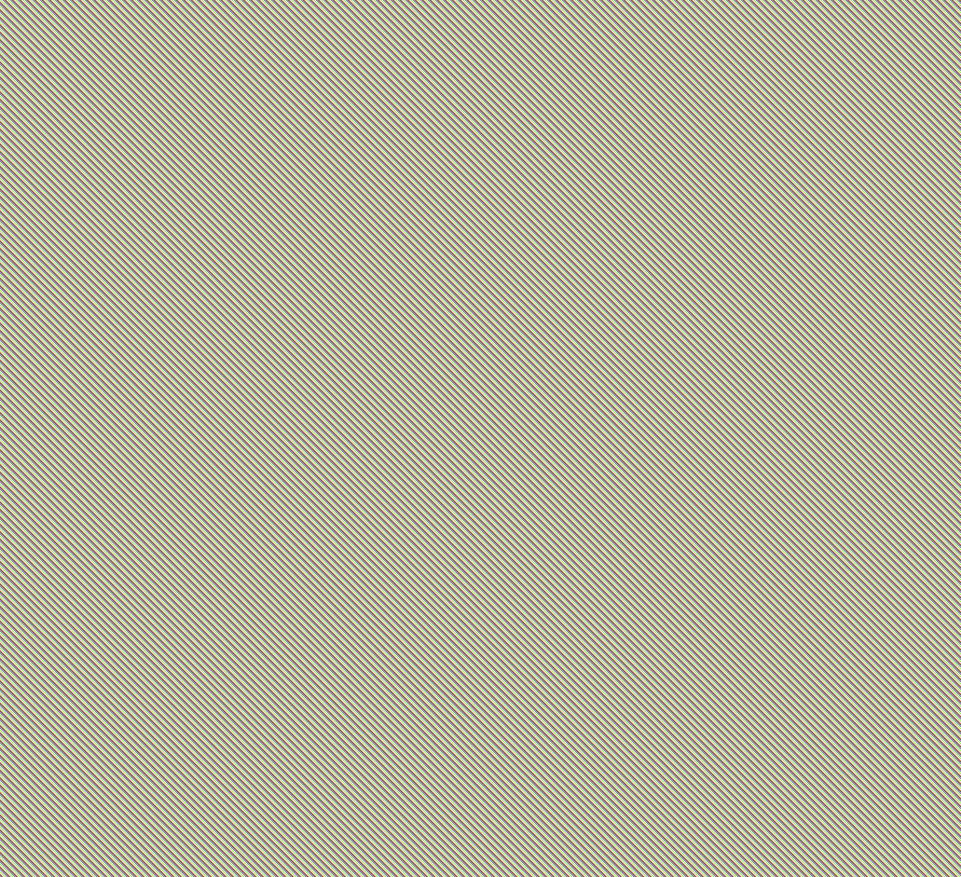
Earlier version of the draw.io export Untitled Diagram.png (Said-Belhadj/spoteezer). Source tidied: cells renumbered, new cells last; positions are measured from the earlier drawing's top-left corner, leaving out a move shared by most shapes.
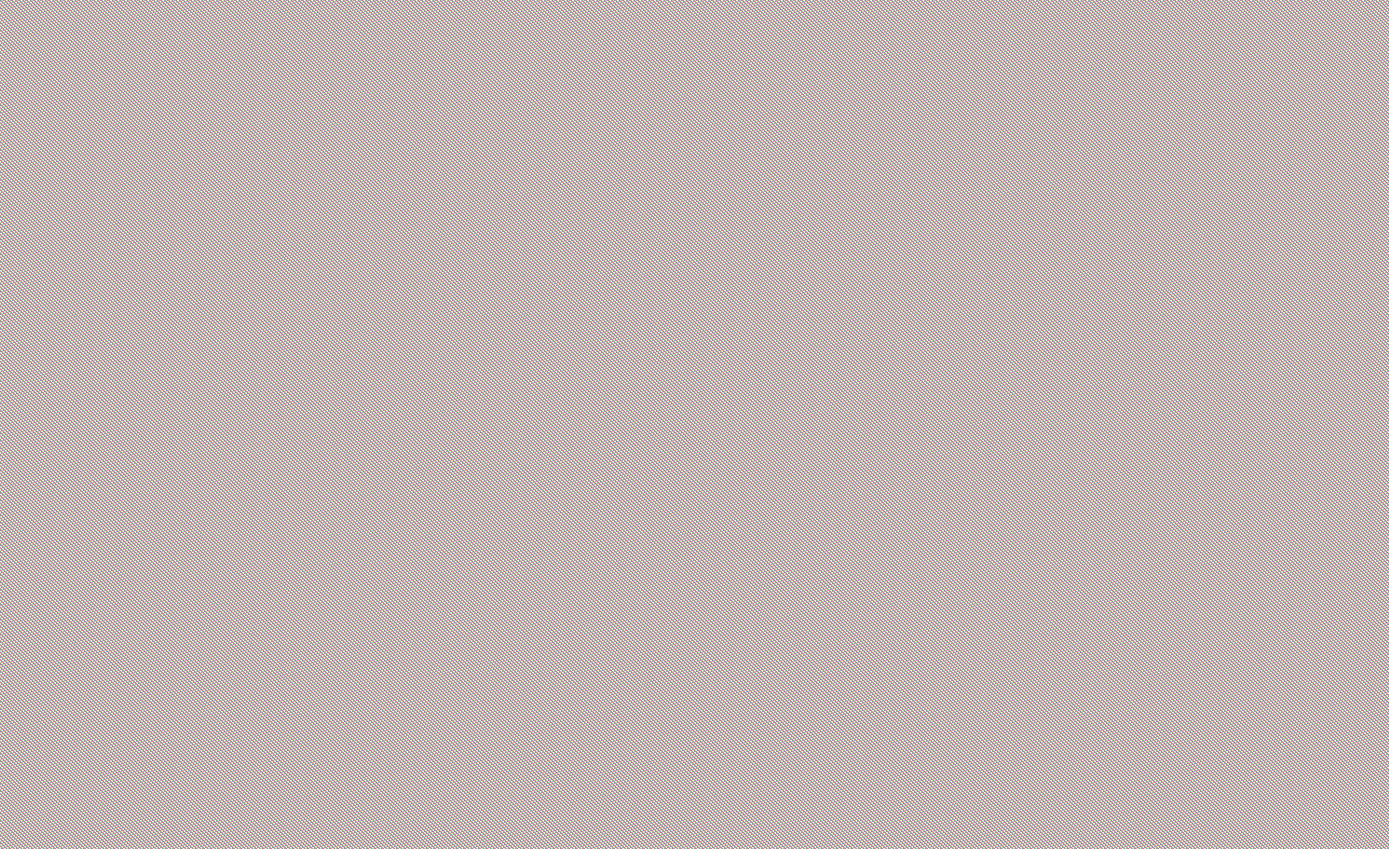
Later version of the same file.

Diff of the diagram source:
```diff
@@ -8,16 +8,16 @@
     <mxCell id="3" value="&lt;p style=&quot;margin: 0px ; margin-top: 4px ; text-align: center&quot;&gt;Song&lt;/p&gt;&lt;hr size=&quot;1&quot;&gt;&lt;p style=&quot;margin: 0px ; margin-left: 4px&quot;&gt;+ field1: Type&lt;br&gt;+ field2: Type&lt;/p&gt;&lt;hr size=&quot;1&quot;&gt;&lt;p style=&quot;margin: 0px ; margin-left: 4px&quot;&gt;+ method1(Type): Type&lt;br&gt;+ method2(Type, Type): Type&lt;/p&gt;" style="verticalAlign=top;align=left;overflow=fill;fontSize=12;fontFamily=Helvetica;html=1;rounded=0;shadow=0;comic=0;labelBackgroundColor=none;strokeWidth=1;" parent="1" vertex="1">
       <mxGeometry x="840" y="260" width="190" height="140" as="geometry" />
     </mxCell>
-    <mxCell id="4" value="&lt;p style=&quot;margin: 0px ; margin-top: 4px ; text-align: center&quot;&gt;&lt;i&gt;&amp;lt;&amp;lt;Interface&amp;gt;&amp;gt;&lt;/i&gt;&lt;br&gt;&lt;b&gt;Playlist&lt;/b&gt;&lt;/p&gt;&lt;hr size=&quot;1&quot;&gt;&lt;p style=&quot;margin: 0px ; margin-left: 4px&quot;&gt;+ field1: Type&lt;br&gt;+ field2: Type&lt;/p&gt;&lt;hr size=&quot;1&quot;&gt;&lt;p style=&quot;margin: 0px ; margin-left: 4px&quot;&gt;+ method1(Type): Type&lt;br&gt;+ method2(Type, Type): Type&lt;/p&gt;" style="verticalAlign=top;align=left;overflow=fill;fontSize=12;fontFamily=Helvetica;html=1;rounded=0;shadow=0;comic=0;labelBackgroundColor=none;strokeWidth=1;" parent="1" vertex="1">
+    <mxCell id="4" value="&lt;p style=&quot;margin: 0px ; margin-top: 4px ; text-align: center&quot;&gt;&lt;b&gt;Playlist&lt;/b&gt;&lt;/p&gt;&lt;hr size=&quot;1&quot;&gt;&lt;p style=&quot;margin: 0px ; margin-left: 4px&quot;&gt;+ field1: Type&lt;br&gt;+ field2: Type&lt;/p&gt;&lt;hr size=&quot;1&quot;&gt;&lt;p style=&quot;margin: 0px ; margin-left: 4px&quot;&gt;+ method1(Type): Type&lt;br&gt;+ method2(Type, Type): Type&lt;/p&gt;" style="verticalAlign=top;align=left;overflow=fill;fontSize=12;fontFamily=Helvetica;html=1;rounded=0;shadow=0;comic=0;labelBackgroundColor=none;strokeWidth=1;" parent="1" vertex="1">
       <mxGeometry x="840" y="580" width="190" height="140" as="geometry" />
     </mxCell>
-    <mxCell id="5" value="&lt;p style=&quot;margin: 0px ; margin-top: 4px ; text-align: center&quot;&gt;&lt;i&gt;&amp;lt;&amp;lt;Abstact&amp;gt;&amp;gt;&lt;/i&gt;&lt;br&gt;&lt;b&gt;AudioElement&lt;/b&gt;&lt;/p&gt;&lt;hr size=&quot;1&quot;&gt;&lt;p style=&quot;margin: 0px ; margin-left: 4px&quot;&gt;+ field1: Type&lt;br&gt;+ field2: Type&lt;/p&gt;&lt;hr size=&quot;1&quot;&gt;&lt;p style=&quot;margin: 0px ; margin-left: 4px&quot;&gt;+ method1(Type): Type&lt;br&gt;+ method2(Type, Type): Type&lt;/p&gt;" style="verticalAlign=top;align=left;overflow=fill;fontSize=12;fontFamily=Helvetica;html=1;rounded=0;shadow=0;comic=0;labelBackgroundColor=none;strokeWidth=1;" parent="1" vertex="1">
+    <mxCell id="5" value="&lt;p style=&quot;margin: 0px ; margin-top: 4px ; text-align: center&quot;&gt;&lt;i&gt;&amp;lt;&amp;lt;Abstract&amp;gt;&amp;gt;&lt;/i&gt;&lt;br&gt;&lt;b&gt;AudioElement&lt;/b&gt;&lt;/p&gt;&lt;hr size=&quot;1&quot;&gt;&lt;p style=&quot;margin: 0px ; margin-left: 4px&quot;&gt;+ field1: Type&lt;br&gt;+ field2: Type&lt;/p&gt;&lt;hr size=&quot;1&quot;&gt;&lt;p style=&quot;margin: 0px ; margin-left: 4px&quot;&gt;+ method1(Type): Type&lt;br&gt;+ method2(Type, Type): Type&lt;/p&gt;" style="verticalAlign=top;align=left;overflow=fill;fontSize=12;fontFamily=Helvetica;html=1;rounded=0;shadow=0;comic=0;labelBackgroundColor=none;strokeWidth=1;" parent="1" vertex="1">
       <mxGeometry x="490" y="420" width="190" height="140" as="geometry" />
     </mxCell>
     <mxCell id="6" value="&lt;p style=&quot;margin: 0px ; margin-top: 4px ; text-align: center&quot;&gt;&lt;b&gt;AudioBook&lt;/b&gt;&lt;/p&gt;&lt;hr size=&quot;1&quot;&gt;&lt;p style=&quot;margin: 0px ; margin-left: 4px&quot;&gt;+ field1: Type&lt;br&gt;+ field2: Type&lt;/p&gt;&lt;hr size=&quot;1&quot;&gt;&lt;p style=&quot;margin: 0px ; margin-left: 4px&quot;&gt;+ method1(Type): Type&lt;br&gt;+ method2(Type, Type): Type&lt;/p&gt;" style="verticalAlign=top;align=left;overflow=fill;fontSize=12;fontFamily=Helvetica;html=1;rounded=0;shadow=0;comic=0;labelBackgroundColor=none;strokeWidth=1;" parent="1" vertex="1">
       <mxGeometry x="840" y="420" width="190" height="140" as="geometry" />
     </mxCell>
-    <mxCell id="7" value="&lt;p style=&quot;margin: 0px ; margin-top: 4px ; text-align: center&quot;&gt;&lt;i&gt;&amp;lt;&amp;lt;Interface&amp;gt;&amp;gt;&lt;/i&gt;&lt;br&gt;MusicHub&lt;/p&gt;&lt;hr size=&quot;1&quot;&gt;&lt;p style=&quot;margin: 0px ; margin-left: 4px&quot;&gt;+ field1: Type&lt;br&gt;+ field2: Type&lt;/p&gt;&lt;hr size=&quot;1&quot;&gt;&lt;p style=&quot;margin: 0px ; margin-left: 4px&quot;&gt;+ method1(Type): Type&lt;br&gt;+ method2(Type, Type): Type&lt;/p&gt;" style="verticalAlign=top;align=left;overflow=fill;fontSize=12;fontFamily=Helvetica;html=1;rounded=0;shadow=0;comic=0;labelBackgroundColor=none;strokeWidth=1;" parent="1" vertex="1">
+    <mxCell id="7" value="&lt;p style=&quot;margin: 0px ; margin-top: 4px ; text-align: center&quot;&gt;MusicHub&lt;/p&gt;&lt;hr size=&quot;1&quot;&gt;&lt;p style=&quot;margin: 0px ; margin-left: 4px&quot;&gt;+ field1: Type&lt;br&gt;+ field2: Type&lt;/p&gt;&lt;hr size=&quot;1&quot;&gt;&lt;p style=&quot;margin: 0px ; margin-left: 4px&quot;&gt;+ method1(Type): Type&lt;br&gt;+ method2(Type, Type): Type&lt;/p&gt;" style="verticalAlign=top;align=left;overflow=fill;fontSize=12;fontFamily=Helvetica;html=1;rounded=0;shadow=0;comic=0;labelBackgroundColor=none;strokeWidth=1;" parent="1" vertex="1">
       <mxGeometry x="250" y="420" width="190" height="140" as="geometry" />
     </mxCell>
     <mxCell id="8" value="&lt;p style=&quot;margin: 0px ; margin-top: 4px ; text-align: center&quot;&gt;&lt;i&gt;&amp;lt;&amp;lt;Enum&amp;gt;&amp;gt;&lt;/i&gt;&lt;br&gt;Language&lt;/p&gt;&lt;hr size=&quot;1&quot;&gt;&lt;p style=&quot;margin: 0px ; margin-left: 4px&quot;&gt;+ field1: Type&lt;br&gt;+ field2: Type&lt;/p&gt;&lt;hr size=&quot;1&quot;&gt;&lt;p style=&quot;margin: 0px ; margin-left: 4px&quot;&gt;+ method1(Type): Type&lt;br&gt;+ method2(Type, Type): Type&lt;/p&gt;" style="verticalAlign=top;align=left;overflow=fill;fontSize=12;fontFamily=Helvetica;html=1;rounded=0;shadow=0;comic=0;labelBackgroundColor=none;strokeWidth=1;" parent="1" vertex="1">
@@ -29,29 +29,29 @@
     <mxCell id="10" value="&lt;p style=&quot;margin: 0px ; margin-top: 4px ; text-align: center&quot;&gt;&lt;i&gt;&amp;lt;&amp;lt;&lt;/i&gt;&lt;i&gt;&lt;i&gt;Enum&lt;/i&gt;&amp;gt;&amp;gt;&lt;/i&gt;&lt;br&gt;Category&lt;/p&gt;&lt;hr size=&quot;1&quot;&gt;&lt;p style=&quot;margin: 0px ; margin-left: 4px&quot;&gt;+ field1: Type&lt;br&gt;+ field2: Type&lt;/p&gt;&lt;hr size=&quot;1&quot;&gt;&lt;p style=&quot;margin: 0px ; margin-left: 4px&quot;&gt;+ method1(Type): Type&lt;br&gt;+ method2(Type, Type): Type&lt;/p&gt;" style="verticalAlign=top;align=left;overflow=fill;fontSize=12;fontFamily=Helvetica;html=1;rounded=0;shadow=0;comic=0;labelBackgroundColor=none;strokeWidth=1;" parent="1" vertex="1">
       <mxGeometry x="410" width="190" height="140" as="geometry" />
     </mxCell>
-    <mxCell id="11" value="&lt;p style=&quot;margin: 0px ; margin-top: 4px ; text-align: center&quot;&gt;&lt;i&gt;&amp;lt;&amp;lt;Interface&amp;gt;&amp;gt;&lt;/i&gt;&lt;br&gt;XMLHandler&lt;/p&gt;&lt;hr size=&quot;1&quot;&gt;&lt;p style=&quot;margin: 0px ; margin-left: 4px&quot;&gt;+ field1: Type&lt;br&gt;+ field2: Type&lt;/p&gt;&lt;hr size=&quot;1&quot;&gt;&lt;p style=&quot;margin: 0px ; margin-left: 4px&quot;&gt;+ method1(Type): Type&lt;br&gt;+ method2(Type, Type): Type&lt;/p&gt;" style="verticalAlign=top;align=left;overflow=fill;fontSize=12;fontFamily=Helvetica;html=1;rounded=0;shadow=0;comic=0;labelBackgroundColor=none;strokeWidth=1;" parent="1" vertex="1">
-      <mxGeometry x="200" y="220" width="190" height="140" as="geometry" />
+    <mxCell id="11" value="&lt;p style=&quot;margin: 0px ; margin-top: 4px ; text-align: center&quot;&gt;XMLHandler&lt;/p&gt;&lt;hr size=&quot;1&quot;&gt;&lt;p style=&quot;margin: 0px ; margin-left: 4px&quot;&gt;+ field1: Type&lt;br&gt;+ field2: Type&lt;/p&gt;&lt;hr size=&quot;1&quot;&gt;&lt;p style=&quot;margin: 0px ; margin-left: 4px&quot;&gt;+ method1(Type): Type&lt;br&gt;+ method2(Type, Type): Type&lt;/p&gt;" style="verticalAlign=top;align=left;overflow=fill;fontSize=12;fontFamily=Helvetica;html=1;rounded=0;shadow=0;comic=0;labelBackgroundColor=none;strokeWidth=1;" parent="1" vertex="1">
+      <mxGeometry x="1300" y="260" width="190" height="140" as="geometry" />
     </mxCell>
-    <mxCell id="12" value="&lt;p style=&quot;margin: 0px ; margin-top: 4px ; text-align: center&quot;&gt;&lt;i&gt;&amp;lt;&amp;lt;Interface&amp;gt;&amp;gt;&lt;/i&gt;&lt;br&gt;Main&lt;/p&gt;&lt;hr size=&quot;1&quot;&gt;&lt;p style=&quot;margin: 0px ; margin-left: 4px&quot;&gt;+ field1: Type&lt;br&gt;+ field2: Type&lt;/p&gt;&lt;hr size=&quot;1&quot;&gt;&lt;p style=&quot;margin: 0px ; margin-left: 4px&quot;&gt;+ method1(Type): Type&lt;br&gt;+ method2(Type, Type): Type&lt;/p&gt;" style="verticalAlign=top;align=left;overflow=fill;fontSize=12;fontFamily=Helvetica;html=1;rounded=0;shadow=0;comic=0;labelBackgroundColor=none;strokeWidth=1;" parent="1" vertex="1">
-      <mxGeometry y="220" width="190" height="140" as="geometry" />
+    <mxCell id="12" value="&lt;p style=&quot;margin: 0px ; margin-top: 4px ; text-align: center&quot;&gt;Main&lt;/p&gt;&lt;hr size=&quot;1&quot;&gt;&lt;p style=&quot;margin: 0px ; margin-left: 4px&quot;&gt;+ field1: Type&lt;br&gt;+ field2: Type&lt;/p&gt;&lt;hr size=&quot;1&quot;&gt;&lt;p style=&quot;margin: 0px ; margin-left: 4px&quot;&gt;+ method1(Type): Type&lt;br&gt;+ method2(Type, Type): Type&lt;/p&gt;" style="verticalAlign=top;align=left;overflow=fill;fontSize=12;fontFamily=Helvetica;html=1;rounded=0;shadow=0;comic=0;labelBackgroundColor=none;strokeWidth=1;" parent="1" vertex="1">
+      <mxGeometry x="1270" y="60" width="190" height="140" as="geometry" />
     </mxCell>
-    <mxCell id="13" value="&lt;p style=&quot;margin: 0px ; margin-top: 4px ; text-align: center&quot;&gt;&lt;i&gt;&amp;lt;&amp;lt;Interface&amp;gt;&amp;gt;&lt;/i&gt;&lt;br&gt;NoAlbumFoundException&lt;/p&gt;&lt;hr size=&quot;1&quot;&gt;&lt;p style=&quot;margin: 0px ; margin-left: 4px&quot;&gt;+ field1: Type&lt;br&gt;+ field2: Type&lt;/p&gt;&lt;hr size=&quot;1&quot;&gt;&lt;p style=&quot;margin: 0px ; margin-left: 4px&quot;&gt;+ method1(Type): Type&lt;br&gt;+ method2(Type, Type): Type&lt;/p&gt;" style="verticalAlign=top;align=left;overflow=fill;fontSize=12;fontFamily=Helvetica;html=1;rounded=0;shadow=0;comic=0;labelBackgroundColor=none;strokeWidth=1;" parent="1" vertex="1">
-      <mxGeometry y="620" width="190" height="140" as="geometry" />
+    <mxCell id="13" value="&lt;p style=&quot;margin: 0px ; margin-top: 4px ; text-align: center&quot;&gt;NoAlbumFoundException&lt;/p&gt;&lt;hr size=&quot;1&quot;&gt;&lt;p style=&quot;margin: 0px ; margin-left: 4px&quot;&gt;+ field1: Type&lt;br&gt;+ field2: Type&lt;/p&gt;&lt;hr size=&quot;1&quot;&gt;&lt;p style=&quot;margin: 0px ; margin-left: 4px&quot;&gt;+ method1(Type): Type&lt;br&gt;+ method2(Type, Type): Type&lt;/p&gt;" style="verticalAlign=top;align=left;overflow=fill;fontSize=12;fontFamily=Helvetica;html=1;rounded=0;shadow=0;comic=0;labelBackgroundColor=none;strokeWidth=1;" parent="1" vertex="1">
+      <mxGeometry x="10" y="420" width="190" height="140" as="geometry" />
     </mxCell>
-    <mxCell id="14" value="&lt;p style=&quot;margin: 0px ; margin-top: 4px ; text-align: center&quot;&gt;&lt;i&gt;&amp;lt;&amp;lt;Interface&amp;gt;&amp;gt;&lt;/i&gt;&lt;br&gt;SortByGenre&lt;/p&gt;&lt;hr size=&quot;1&quot;&gt;&lt;p style=&quot;margin: 0px ; margin-left: 4px&quot;&gt;+ field1: Type&lt;br&gt;+ field2: Type&lt;/p&gt;&lt;hr size=&quot;1&quot;&gt;&lt;p style=&quot;margin: 0px ; margin-left: 4px&quot;&gt;+ method1(Type): Type&lt;br&gt;+ method2(Type, Type): Type&lt;/p&gt;" style="verticalAlign=top;align=left;overflow=fill;fontSize=12;fontFamily=Helvetica;html=1;rounded=0;shadow=0;comic=0;labelBackgroundColor=none;strokeWidth=1;" parent="1" vertex="1">
+    <mxCell id="14" value="&lt;p style=&quot;margin: 0px ; margin-top: 4px ; text-align: center&quot;&gt;SortByGenre&lt;/p&gt;&lt;hr size=&quot;1&quot;&gt;&lt;p style=&quot;margin: 0px ; margin-left: 4px&quot;&gt;+ field1: Type&lt;br&gt;+ field2: Type&lt;/p&gt;&lt;hr size=&quot;1&quot;&gt;&lt;p style=&quot;margin: 0px ; margin-left: 4px&quot;&gt;+ method1(Type): Type&lt;br&gt;+ method2(Type, Type): Type&lt;/p&gt;" style="verticalAlign=top;align=left;overflow=fill;fontSize=12;fontFamily=Helvetica;html=1;rounded=0;shadow=0;comic=0;labelBackgroundColor=none;strokeWidth=1;" parent="1" vertex="1">
       <mxGeometry x="710" y="770" width="190" height="140" as="geometry" />
     </mxCell>
-    <mxCell id="15" value="&lt;p style=&quot;margin: 0px ; margin-top: 4px ; text-align: center&quot;&gt;&lt;i&gt;&amp;lt;&amp;lt;Interface&amp;gt;&amp;gt;&lt;/i&gt;&lt;br&gt;SortByDate&lt;/p&gt;&lt;hr size=&quot;1&quot;&gt;&lt;p style=&quot;margin: 0px ; margin-left: 4px&quot;&gt;+ field1: Type&lt;br&gt;+ field2: Type&lt;/p&gt;&lt;hr size=&quot;1&quot;&gt;&lt;p style=&quot;margin: 0px ; margin-left: 4px&quot;&gt;+ method1(Type): Type&lt;br&gt;+ method2(Type, Type): Type&lt;/p&gt;" style="verticalAlign=top;align=left;overflow=fill;fontSize=12;fontFamily=Helvetica;html=1;rounded=0;shadow=0;comic=0;labelBackgroundColor=none;strokeWidth=1;" parent="1" vertex="1">
+    <mxCell id="15" value="&lt;p style=&quot;margin: 0px ; margin-top: 4px ; text-align: center&quot;&gt;SortByDate&lt;/p&gt;&lt;hr size=&quot;1&quot;&gt;&lt;p style=&quot;margin: 0px ; margin-left: 4px&quot;&gt;+ field1: Type&lt;br&gt;+ field2: Type&lt;/p&gt;&lt;hr size=&quot;1&quot;&gt;&lt;p style=&quot;margin: 0px ; margin-left: 4px&quot;&gt;+ method1(Type): Type&lt;br&gt;+ method2(Type, Type): Type&lt;/p&gt;" style="verticalAlign=top;align=left;overflow=fill;fontSize=12;fontFamily=Helvetica;html=1;rounded=0;shadow=0;comic=0;labelBackgroundColor=none;strokeWidth=1;" parent="1" vertex="1">
       <mxGeometry x="290" y="770" width="190" height="140" as="geometry" />
     </mxCell>
-    <mxCell id="16" value="&lt;p style=&quot;margin: 0px ; margin-top: 4px ; text-align: center&quot;&gt;&lt;i&gt;&amp;lt;&amp;lt;Interface&amp;gt;&amp;gt;&lt;/i&gt;&lt;br&gt;SortByAuthor&lt;/p&gt;&lt;hr size=&quot;1&quot;&gt;&lt;p style=&quot;margin: 0px ; margin-left: 4px&quot;&gt;+ field1: Type&lt;br&gt;+ field2: Type&lt;/p&gt;&lt;hr size=&quot;1&quot;&gt;&lt;p style=&quot;margin: 0px ; margin-left: 4px&quot;&gt;+ method1(Type): Type&lt;br&gt;+ method2(Type, Type): Type&lt;/p&gt;" style="verticalAlign=top;align=left;overflow=fill;fontSize=12;fontFamily=Helvetica;html=1;rounded=0;shadow=0;comic=0;labelBackgroundColor=none;strokeWidth=1;" parent="1" vertex="1">
+    <mxCell id="16" value="&lt;p style=&quot;margin: 0px ; margin-top: 4px ; text-align: center&quot;&gt;SortByAuthor&lt;/p&gt;&lt;hr size=&quot;1&quot;&gt;&lt;p style=&quot;margin: 0px ; margin-left: 4px&quot;&gt;+ field1: Type&lt;br&gt;+ field2: Type&lt;/p&gt;&lt;hr size=&quot;1&quot;&gt;&lt;p style=&quot;margin: 0px ; margin-left: 4px&quot;&gt;+ method1(Type): Type&lt;br&gt;+ method2(Type, Type): Type&lt;/p&gt;" style="verticalAlign=top;align=left;overflow=fill;fontSize=12;fontFamily=Helvetica;html=1;rounded=0;shadow=0;comic=0;labelBackgroundColor=none;strokeWidth=1;" parent="1" vertex="1">
       <mxGeometry x="500" y="770" width="190" height="140" as="geometry" />
     </mxCell>
-    <mxCell id="17" value="&lt;p style=&quot;margin: 0px ; margin-top: 4px ; text-align: center&quot;&gt;&lt;i&gt;&amp;lt;&amp;lt;Interface&amp;gt;&amp;gt;&lt;/i&gt;&lt;br&gt;NoElementFoundException&lt;/p&gt;&lt;hr size=&quot;1&quot;&gt;&lt;p style=&quot;margin: 0px ; margin-left: 4px&quot;&gt;+ field1: Type&lt;br&gt;+ field2: Type&lt;/p&gt;&lt;hr size=&quot;1&quot;&gt;&lt;p style=&quot;margin: 0px ; margin-left: 4px&quot;&gt;+ method1(Type): Type&lt;br&gt;+ method2(Type, Type): Type&lt;/p&gt;" style="verticalAlign=top;align=left;overflow=fill;fontSize=12;fontFamily=Helvetica;html=1;rounded=0;shadow=0;comic=0;labelBackgroundColor=none;strokeWidth=1;" parent="1" vertex="1">
-      <mxGeometry x="10" y="800" width="190" height="140" as="geometry" />
+    <mxCell id="17" value="&lt;p style=&quot;margin: 0px ; margin-top: 4px ; text-align: center&quot;&gt;NoElementFoundException&lt;/p&gt;&lt;hr size=&quot;1&quot;&gt;&lt;p style=&quot;margin: 0px ; margin-left: 4px&quot;&gt;+ field1: Type&lt;br&gt;+ field2: Type&lt;/p&gt;&lt;hr size=&quot;1&quot;&gt;&lt;p style=&quot;margin: 0px ; margin-left: 4px&quot;&gt;+ method1(Type): Type&lt;br&gt;+ method2(Type, Type): Type&lt;/p&gt;" style="verticalAlign=top;align=left;overflow=fill;fontSize=12;fontFamily=Helvetica;html=1;rounded=0;shadow=0;comic=0;labelBackgroundColor=none;strokeWidth=1;" parent="1" vertex="1">
+      <mxGeometry x="10" y="590" width="190" height="140" as="geometry" />
     </mxCell>
-    <mxCell id="18" value="&lt;p style=&quot;margin: 0px ; margin-top: 4px ; text-align: center&quot;&gt;&lt;i&gt;&amp;lt;&amp;lt;Interface&amp;gt;&amp;gt;&lt;/i&gt;&lt;br&gt;NoPlaylistFoundException&lt;/p&gt;&lt;hr size=&quot;1&quot;&gt;&lt;p style=&quot;margin: 0px ; margin-left: 4px&quot;&gt;+ field1: Type&lt;br&gt;+ field2: Type&lt;/p&gt;&lt;hr size=&quot;1&quot;&gt;&lt;p style=&quot;margin: 0px ; margin-left: 4px&quot;&gt;+ method1(Type): Type&lt;br&gt;+ method2(Type, Type): Type&lt;/p&gt;" style="verticalAlign=top;align=left;overflow=fill;fontSize=12;fontFamily=Helvetica;html=1;rounded=0;shadow=0;comic=0;labelBackgroundColor=none;strokeWidth=1;" parent="1" vertex="1">
-      <mxGeometry y="440" width="190" height="140" as="geometry" />
+    <mxCell id="18" value="&lt;p style=&quot;margin: 0px ; margin-top: 4px ; text-align: center&quot;&gt;NoPlaylistFoundException&lt;/p&gt;&lt;hr size=&quot;1&quot;&gt;&lt;p style=&quot;margin: 0px ; margin-left: 4px&quot;&gt;+ field1: Type&lt;br&gt;+ field2: Type&lt;/p&gt;&lt;hr size=&quot;1&quot;&gt;&lt;p style=&quot;margin: 0px ; margin-left: 4px&quot;&gt;+ method1(Type): Type&lt;br&gt;+ method2(Type, Type): Type&lt;/p&gt;" style="verticalAlign=top;align=left;overflow=fill;fontSize=12;fontFamily=Helvetica;html=1;rounded=0;shadow=0;comic=0;labelBackgroundColor=none;strokeWidth=1;" parent="1" vertex="1">
+      <mxGeometry x="10" y="250" width="190" height="140" as="geometry" />
     </mxCell>
     <mxCell id="19" value="&amp;lt;&amp;lt;extend&amp;gt;&amp;gt;" style="html=1;verticalAlign=bottom;labelBackgroundColor=none;endArrow=open;endFill=0;dashed=1;exitX=0;exitY=0.5;exitDx=0;exitDy=0;entryX=1;entryY=0.5;entryDx=0;entryDy=0;" parent="1" edge="1" source="6" target="5">
       <mxGeometry relative="1" as="geometry" />
@@ -76,5 +76,16 @@
     <mxCell id="25" style="endArrow=none;html=1;fontSize=21;exitX=1;exitY=0.5;exitDx=0;exitDy=0;entryX=0;entryY=0.5;entryDx=0;entryDy=0;" parent="1" edge="1" source="7" target="5">
       <mxGeometry relative="1" as="geometry" />
     </mxCell>
+    <mxCell id="26" style="endArrow=none;html=1;fontSize=21;exitX=1;exitY=1;exitDx=0;exitDy=0;" parent="1" edge="1" source="18">
+      <mxGeometry relative="1" as="geometry">
+        <mxPoint x="250" y="420" as="targetPoint" />
+      </mxGeometry>
+    </mxCell>
+    <mxCell id="27" style="endArrow=none;html=1;fontSize=21;exitX=1;exitY=0.5;exitDx=0;exitDy=0;entryX=0;entryY=0.5;entryDx=0;entryDy=0;" parent="1" edge="1" source="13" target="7">
+      <mxGeometry relative="1" as="geometry" />
+    </mxCell>
+    <mxCell id="28" style="endArrow=none;html=1;fontSize=21;entryX=0;entryY=1;entryDx=0;entryDy=0;exitX=1;exitY=0;exitDx=0;exitDy=0;" parent="1" edge="1" source="17" target="7">
+      <mxGeometry relative="1" as="geometry" />
+    </mxCell>
   </root>
 </mxGraphModel>
```
